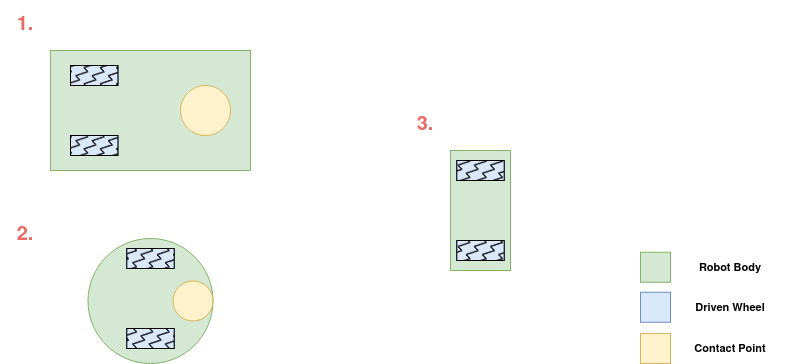
Before: Figures/DifferentialDrive.drawio.png, a diagram exported from draw.io (orjano-max/ORJANOS_MASTER_REPO). Source tidied: cells renumbered, new cells last; positions are measured from the earlier drawing's top-left corner, leaving out a move shared by most shapes.
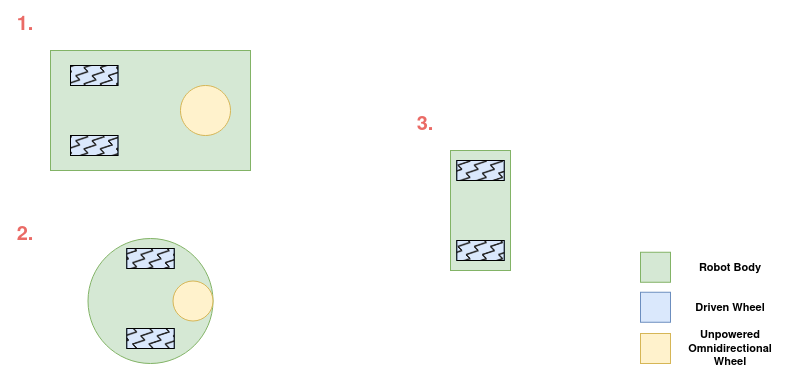
Above is the later version.

What changed in the source:
```diff
@@ -77,7 +77,7 @@
     <mxCell id="26" value="Driven Wheel" style="text;html=1;strokeColor=none;fillColor=none;align=center;verticalAlign=middle;whiteSpace=wrap;rounded=0;fontSize=11;fontStyle=1;" parent="1" vertex="1">
       <mxGeometry x="670" y="291.8" width="120" height="30" as="geometry" />
     </mxCell>
-    <mxCell id="27" value="Contact Point" style="text;html=1;strokeColor=none;fillColor=none;align=center;verticalAlign=middle;whiteSpace=wrap;rounded=0;fontSize=11;fontStyle=1;" parent="1" vertex="1">
+    <mxCell id="27" value="Unpowered Omnidirectional Wheel" style="text;html=1;strokeColor=none;fillColor=none;align=center;verticalAlign=middle;whiteSpace=wrap;rounded=0;fontSize=11;fontStyle=1;" parent="1" vertex="1">
       <mxGeometry x="670" y="333" width="120" height="30" as="geometry" />
     </mxCell>
     <mxCell id="28" value="&lt;font size=&quot;1&quot;&gt;&lt;b style=&quot;font-size: 20px;&quot;&gt;2.&lt;/b&gt;&lt;/font&gt;" style="text;html=1;strokeColor=none;fillColor=none;align=center;verticalAlign=middle;whiteSpace=wrap;rounded=0;fontColor=#EA6B66;" parent="1" vertex="1">
```
